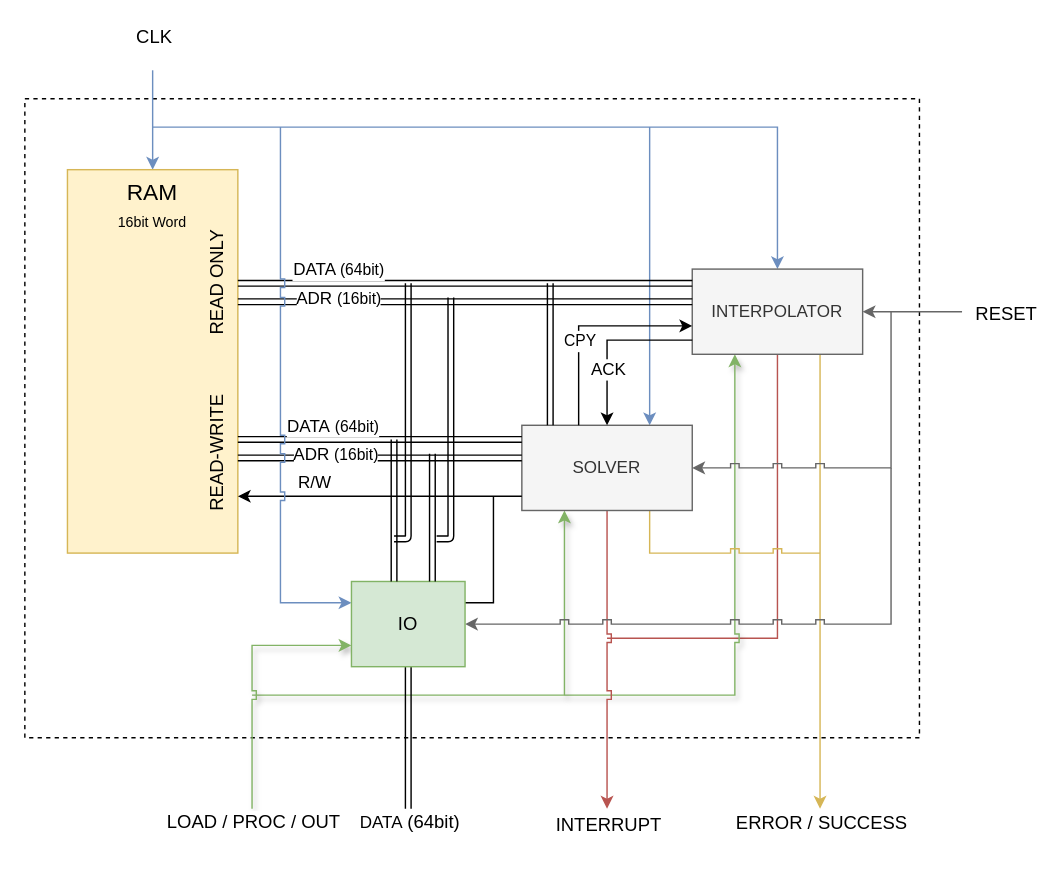
Above: page "with interp cache" (1 of 2) of d0.drawio in mido3ds/ode-solver-chip (draw.io), before the change. Source tidied: cells renumbered, new cells numbered last; positions are measured from the earlier drawing's top-left corner, leaving out a move shared by most shapes. Both pictures are drawn from the tidied source at 142%, with x=0, y=0 at pixel (24, 70).
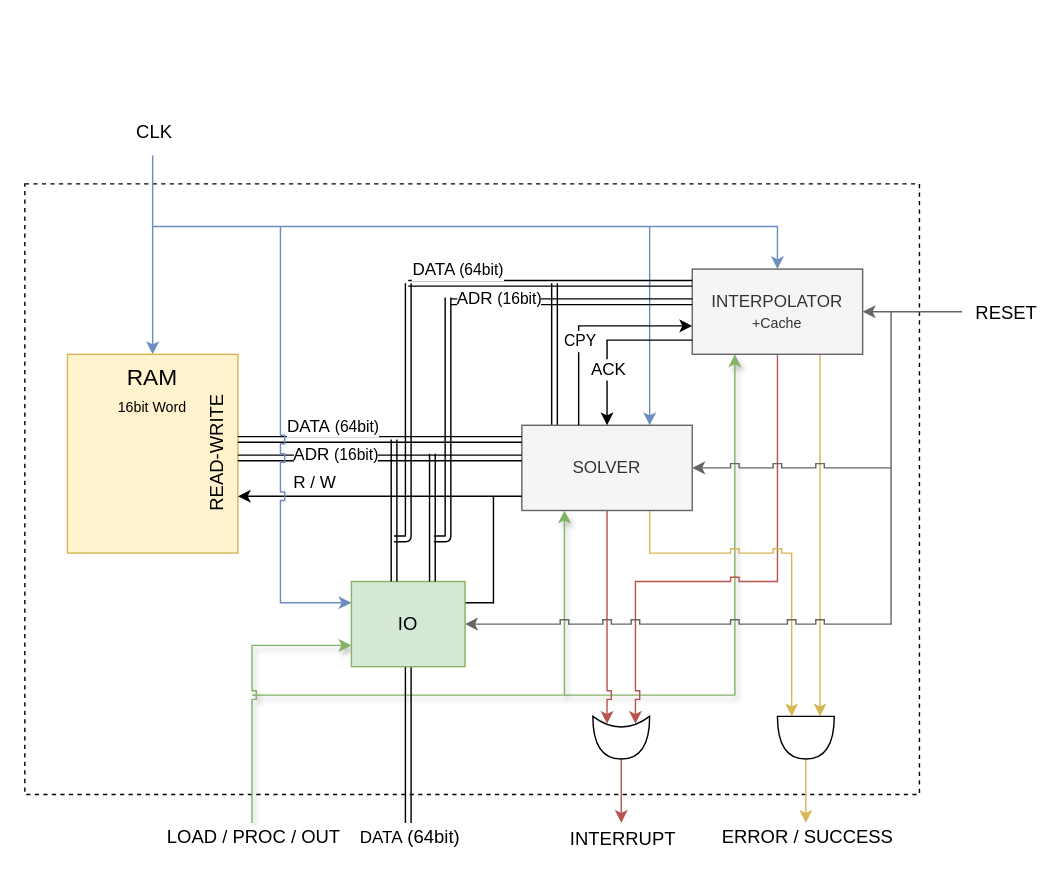
The same page after the edit.

Unchanged cells that the change refers to:
```xml
<mxCell id="20" value="SOLVER" style="rounded=0;whiteSpace=wrap;html=1;fillColor=#f5f5f5;strokeColor=#666666;fontColor=#333333;" parent="1" vertex="1">
  <mxGeometry x="350" y="250" width="120" height="60" as="geometry" />
</mxCell>
<mxCell id="25" style="endArrow=none;html=1;startArrow=classic;startFill=1;" parent="1" edge="1">
  <mxGeometry relative="1" as="geometry">
    <mxPoint x="150" y="300" as="sourcePoint" />
    <mxPoint x="350" y="300" as="targetPoint" />
  </mxGeometry>
</mxCell>
<mxCell id="43" value="IO" style="rounded=0;whiteSpace=wrap;html=1;fontSize=13;fillColor=#d5e8d4;strokeColor=#82b366;" parent="1" vertex="1">
  <mxGeometry x="230" y="360" width="80" height="60" as="geometry" />
</mxCell>
```

Diff of the diagram source:
```diff
@@
     <mxCell id="2" style="rounded=0;whiteSpace=wrap;html=1;dashed=1;fontSize=13;backgroundOutline=1;imageAspect=1;shadow=0;comic=0;fixDash=0;" parent="1" vertex="1">
-      <mxGeometry y="20" width="630" height="450" as="geometry" />
+      <mxGeometry y="80" width="630" height="430" as="geometry" />
     </mxCell>
     <mxCell id="3" style="edgeStyle=none;rounded=0;jumpStyle=sharp;jettySize=auto;html=1;exitX=0.5;exitY=0;exitDx=0;exitDy=0;shadow=0;startArrow=classic;startFill=1;endArrow=none;endFill=0;strokeColor=#6c8ebf;fontSize=13;fillColor=#dae8fc;" parent="1" edge="1" source="5">
       <mxGeometry relative="1" as="geometry">
-        <mxPoint x="90" as="targetPoint" />
+        <mxPoint x="90" y="60" as="targetPoint" />
       </mxGeometry>
     </mxCell>
@@
     <mxCell id="5" value="RAM&lt;br style=&quot;font-size: 12px&quot;&gt;&lt;font size=&quot;1&quot;&gt;16bit Word&lt;/font&gt;" style="rounded=0;whiteSpace=wrap;html=1;verticalAlign=top;fontSize=16;fillColor=#fff2cc;strokeColor=#d6b656;" parent="1" vertex="1">
-      <mxGeometry x="30" y="70" width="120" height="270" as="geometry" />
+      <mxGeometry x="30" y="200" width="120" height="140" as="geometry" />
     </mxCell>
-    <mxCell id="6" style="edgeStyle=none;rounded=0;jumpStyle=sharp;jettySize=auto;html=1;shadow=0;startArrow=none;startFill=0;strokeColor=#b85450;fontSize=13;endArrow=none;endFill=0;fillColor=#f8cecc;" parent="1" edge="1" source="13">
-      <mxGeometry relative="1" as="geometry">
-        <mxPoint x="410" y="400" as="targetPoint" />
-        <Array as="points">
-          <mxPoint x="530" y="400" />
-        </Array>
-      </mxGeometry>
-    </mxCell>
-    <mxCell id="7" style="edgeStyle=none;rounded=0;jumpStyle=sharp;jettySize=auto;html=1;exitX=0.75;exitY=1;exitDx=0;exitDy=0;shadow=0;startArrow=none;startFill=0;endArrow=classic;endFill=1;strokeColor=#d6b656;fontSize=13;fillColor=#fff2cc;" parent="1" edge="1" source="13">
-      <mxGeometry relative="1" as="geometry">
-        <mxPoint x="560" y="520" as="targetPoint" />
-      </mxGeometry>
+    <mxCell id="7" style="edgeStyle=none;rounded=0;jumpStyle=sharp;jettySize=auto;html=1;exitX=0.75;exitY=1;exitDx=0;exitDy=0;shadow=0;startArrow=none;startFill=0;endArrow=classic;endFill=1;strokeColor=#d6b656;fontSize=13;fillColor=#fff2cc;entryX=0;entryY=0.25;entryDx=0;entryDy=0;entryPerimeter=0;" parent="1" edge="1" source="13" target="54">
+      <mxGeometry relative="1" as="geometry" />
     </mxCell>
-    <mxCell id="8" value="ERROR / SUCCESS" style="text;html=1;align=center;verticalAlign=middle;labelBackgroundColor=#ffffff;fontSize=13;" parent="7" vertex="1">
-      <mxGeometry x="0.91" y="1" relative="1" as="geometry">
-        <mxPoint x="-1" y="23" as="offset" />
-      </mxGeometry>
-    </mxCell>
@@
     <mxCell id="12" style="edgeStyle=none;rounded=0;jumpStyle=sharp;jettySize=auto;html=1;exitX=0.5;exitY=0;exitDx=0;exitDy=0;shadow=0;startArrow=classic;startFill=1;endArrow=none;endFill=0;strokeColor=#6c8ebf;fontSize=13;fillColor=#dae8fc;" parent="1" edge="1" source="13">
       <mxGeometry relative="1" as="geometry">
-        <mxPoint x="90" y="40" as="targetPoint" />
+        <mxPoint x="90" y="110" as="targetPoint" />
         <Array as="points">
-          <mxPoint x="530" y="40" />
+          <mxPoint x="530" y="110" />
         </Array>
       </mxGeometry>
     </mxCell>
+    <mxCell id="50" style="edgeStyle=none;rounded=0;comic=0;jumpStyle=sharp;jettySize=auto;html=1;exitX=0.5;exitY=1;exitDx=0;exitDy=0;shadow=0;startArrow=none;startFill=0;endArrow=classic;endFill=1;strokeColor=#b85450;fontSize=13;entryX=0.175;entryY=0.25;entryDx=0;entryDy=0;entryPerimeter=0;fillColor=#f8cecc;" parent="1" edge="1" source="13" target="56">
+      <mxGeometry relative="1" as="geometry">
+        <Array as="points">
+          <mxPoint x="530" y="360" />
+          <mxPoint x="430" y="360" />
+        </Array>
+      </mxGeometry>
+    </mxCell>
-    <mxCell id="13" value="INTERPOLATOR" style="rounded=0;whiteSpace=wrap;html=1;fillColor=#f5f5f5;strokeColor=#666666;fontColor=#333333;" parent="1" vertex="1">
+    <mxCell id="13" value="INTERPOLATOR&lt;br style=&quot;font-size: 9px&quot;&gt;&lt;font size=&quot;1&quot;&gt;+Cache&lt;/font&gt;" style="rounded=0;whiteSpace=wrap;html=1;fillColor=#f5f5f5;strokeColor=#666666;fontColor=#333333;" parent="1" vertex="1">
       <mxGeometry x="470" y="140" width="120" height="60" as="geometry" />
     </mxCell>
-    <mxCell id="14" style="edgeStyle=none;rounded=0;jumpStyle=sharp;jettySize=auto;html=1;shadow=0;startArrow=none;startFill=0;strokeColor=#b85450;fontSize=13;fillColor=#f8cecc;" parent="1" edge="1" source="20">
-      <mxGeometry relative="1" as="geometry">
-        <mxPoint x="410" y="520" as="targetPoint" />
-      </mxGeometry>
-    </mxCell>
-    <mxCell id="15" value="INTERRUPT" style="text;html=1;align=center;verticalAlign=middle;labelBackgroundColor=#ffffff;fontSize=13;" parent="14" vertex="1">
-      <mxGeometry x="-0.23" y="-3" relative="1" as="geometry">
-        <mxPoint x="3" y="139" as="offset" />
-      </mxGeometry>
-    </mxCell>
-    <mxCell id="16" style="edgeStyle=none;rounded=0;jumpStyle=sharp;jettySize=auto;html=1;exitX=0.75;exitY=1;exitDx=0;exitDy=0;shadow=0;startArrow=none;startFill=0;endArrow=none;endFill=0;strokeColor=#d6b656;fontSize=13;fillColor=#fff2cc;" parent="1" edge="1" source="20">
+    <mxCell id="16" style="edgeStyle=none;rounded=0;jumpStyle=sharp;jettySize=auto;html=1;exitX=0.75;exitY=1;exitDx=0;exitDy=0;shadow=0;startArrow=none;startFill=0;endArrow=classic;endFill=1;strokeColor=#d6b656;fontSize=13;fillColor=#fff2cc;entryX=0;entryY=0.75;entryDx=0;entryDy=0;entryPerimeter=0;" parent="1" edge="1" source="20" target="54">
       <mxGeometry relative="1" as="geometry">
-        <mxPoint x="560" y="340" as="targetPoint" />
         <Array as="points">
           <mxPoint x="440" y="340" />
+          <mxPoint x="540" y="340" />
         </Array>
       </mxGeometry>
     </mxCell>
@@
     <mxCell id="19" style="edgeStyle=none;rounded=0;jumpStyle=sharp;jettySize=auto;html=1;exitX=0.75;exitY=0;exitDx=0;exitDy=0;shadow=0;startArrow=classic;startFill=1;endArrow=none;endFill=0;strokeColor=#6c8ebf;fontSize=13;fillColor=#dae8fc;" parent="1" edge="1" source="20">
       <mxGeometry relative="1" as="geometry">
-        <mxPoint x="440" y="40" as="targetPoint" />
+        <mxPoint x="440" y="110" as="targetPoint" />
       </mxGeometry>
     </mxCell>
+    <mxCell id="51" style="edgeStyle=none;rounded=0;comic=0;jumpStyle=sharp;jettySize=auto;html=1;exitX=0.5;exitY=1;exitDx=0;exitDy=0;entryX=0.175;entryY=0.75;entryDx=0;entryDy=0;entryPerimeter=0;shadow=0;startArrow=none;startFill=0;endArrow=classic;endFill=1;strokeColor=#b85450;fontSize=13;fillColor=#f8cecc;" parent="1" edge="1" source="20" target="56">
+      <mxGeometry relative="1" as="geometry" />
+    </mxCell>
+    <mxCell id="52" style="edgeStyle=none;rounded=0;comic=0;jumpStyle=sharp;orthogonalLoop=1;jettySize=auto;html=1;exitX=0.25;exitY=0;exitDx=0;exitDy=0;shadow=0;startArrow=none;startFill=0;endArrow=classic;endFill=1;strokeColor=#000000;fontSize=13;shape=link;" parent="1" edge="1">
+      <mxGeometry relative="1" as="geometry">
+        <mxPoint x="373" y="250" as="sourcePoint" />
+        <mxPoint x="373" y="150" as="targetPoint" />
+      </mxGeometry>
+    </mxCell>
@@
-    <mxCell id="26" value="R/W" style="text;html=1;align=center;verticalAlign=middle;labelBackgroundColor=#ffffff;" parent="25" vertex="1">
+    <mxCell id="26" value="R / W" style="text;html=1;align=center;verticalAlign=middle;labelBackgroundColor=#ffffff;" parent="25" vertex="1">
       <mxGeometry x="-0.63" y="4" relative="1" as="geometry">
         <mxPoint x="16.5" y="-6" as="offset" />
       </mxGeometry>
     </mxCell>
     <mxCell id="27" style="shape=link;html=1;" parent="1" edge="1">
       <mxGeometry relative="1" as="geometry">
-        <mxPoint x="150" y="150" as="sourcePoint" />
+        <mxPoint x="270" y="150" as="sourcePoint" />
         <mxPoint x="470" y="150" as="targetPoint" />
       </mxGeometry>
     </mxCell>
@@
-    <mxCell id="29" style="shape=link;html=1;" parent="1" edge="1">
-      <mxGeometry relative="1" as="geometry">
-        <mxPoint x="150" y="163" as="sourcePoint" />
-        <mxPoint x="470" y="163" as="targetPoint" />
-      </mxGeometry>
-    </mxCell>
-    <mxCell id="30" value="ADR&amp;nbsp;&lt;font style=&quot;font-size: 11px&quot;&gt;(16bit)&lt;/font&gt;" style="text;html=1;align=center;verticalAlign=middle;labelBackgroundColor=#ffffff;" parent="29" vertex="1">
-      <mxGeometry x="-0.2" y="-1" relative="1" as="geometry">
-        <mxPoint x="-58" y="-4" as="offset" />
-      </mxGeometry>
-    </mxCell>
-    <mxCell id="31" style="shape=link;html=1;" parent="1" edge="1">
-      <mxGeometry relative="1" as="geometry">
-        <mxPoint x="370" y="250" as="sourcePoint" />
-        <mxPoint x="370" y="150" as="targetPoint" />
-      </mxGeometry>
-    </mxCell>
@@
     <mxCell id="36" style="edgeStyle=none;rounded=0;jumpStyle=sharp;jettySize=auto;html=1;shadow=0;startArrow=none;startFill=0;endArrow=none;endFill=0;strokeColor=#000000;fontSize=13;shape=link;" parent="1" edge="1" source="43">
       <mxGeometry relative="1" as="geometry">
-        <mxPoint x="270" y="520" as="targetPoint" />
+        <mxPoint x="270" y="530" as="targetPoint" />
       </mxGeometry>
     </mxCell>
     <mxCell id="37" value="&lt;span style=&quot;font-size: 12px&quot;&gt;DATA&amp;nbsp;&lt;/span&gt;(64bit)" style="text;html=1;align=center;verticalAlign=middle;labelBackgroundColor=#ffffff;fontSize=13;" parent="36" vertex="1">
       <mxGeometry x="0.75" y="3" relative="1" as="geometry">
-        <mxPoint x="-3" y="20" as="offset" />
+        <mxPoint x="-3" y="23.5" as="offset" />
       </mxGeometry>
     </mxCell>
@@
     <mxCell id="39" style="edgeStyle=none;rounded=0;jumpStyle=sharp;jettySize=auto;html=1;exitX=0;exitY=0.75;exitDx=0;exitDy=0;shadow=1;startArrow=classic;startFill=1;endArrow=none;endFill=0;strokeColor=#82b366;fontSize=13;fillColor=#d5e8d4;" parent="1" edge="1" source="43">
       <mxGeometry relative="1" as="geometry">
-        <mxPoint x="160" y="520" as="targetPoint" />
+        <mxPoint x="160" y="530" as="targetPoint" />
         <Array as="points">
           <mxPoint x="160" y="405" />
         </Array>
       </mxGeometry>
     </mxCell>
     <mxCell id="40" value="LOAD / PROC / OUT" style="text;html=1;align=center;verticalAlign=middle;labelBackgroundColor=#ffffff;fontSize=13;" parent="39" vertex="1">
       <mxGeometry x="0.83" y="1" relative="1" as="geometry">
-        <mxPoint x="-1" y="24" as="offset" />
+        <mxPoint x="-1" y="26.5" as="offset" />
       </mxGeometry>
     </mxCell>
@@
     <mxCell id="42" style="edgeStyle=none;rounded=0;jumpStyle=sharp;jettySize=auto;html=1;exitX=0;exitY=0.25;exitDx=0;exitDy=0;shadow=0;startArrow=classic;startFill=1;endArrow=none;endFill=0;strokeColor=#6c8ebf;fontSize=13;fillColor=#dae8fc;" parent="1" edge="1" source="43">
       <mxGeometry relative="1" as="geometry">
-        <mxPoint x="180" y="40" as="targetPoint" />
+        <mxPoint x="180" y="110" as="targetPoint" />
         <Array as="points">
           <mxPoint x="180" y="375" />
         </Array>
       </mxGeometry>
     </mxCell>
@@
-    <mxCell id="46" value="READ ONLY" style="text;html=1;align=center;verticalAlign=middle;fontSize=13;direction=east;flipH=0;flipV=0;horizontal=0;" parent="1" vertex="1">
-      <mxGeometry x="90" y="140" width="90" height="20" as="geometry" />
-    </mxCell>
@@
     <mxCell id="49" style="shape=link;html=1;shadow=0;comic=0;snapToPoint=0;fixDash=0;" parent="1" edge="1">
       <mxGeometry relative="1" as="geometry">
-        <mxPoint x="300" y="160" as="sourcePoint" />
-        <mxPoint x="290" y="330" as="targetPoint" />
+        <mxPoint x="298" y="160" as="sourcePoint" />
+        <mxPoint x="288" y="330" as="targetPoint" />
         <Array as="points">
-          <mxPoint x="300" y="330" />
+          <mxPoint x="298" y="330" />
         </Array>
       </mxGeometry>
     </mxCell>
+    <mxCell id="29" style="shape=link;html=1;" parent="1" edge="1">
+      <mxGeometry relative="1" as="geometry">
+        <mxPoint x="300" y="163" as="sourcePoint" />
+        <mxPoint x="470" y="163" as="targetPoint" />
+      </mxGeometry>
+    </mxCell>
+    <mxCell id="30" value="ADR&amp;nbsp;&lt;font style=&quot;font-size: 11px&quot;&gt;(16bit)&lt;/font&gt;" style="text;html=1;align=center;verticalAlign=middle;labelBackgroundColor=#ffffff;" parent="29" vertex="1">
+      <mxGeometry x="-0.2" y="-1" relative="1" as="geometry">
+        <mxPoint x="-35" y="-4" as="offset" />
+      </mxGeometry>
+    </mxCell>
+    <mxCell id="53" style="edgeStyle=none;rounded=0;comic=0;jumpStyle=sharp;jettySize=auto;html=1;shadow=0;startArrow=none;startFill=0;endArrow=classic;endFill=1;strokeColor=#d6b656;fontSize=13;fillColor=#fff2cc;" parent="1" edge="1" source="54">
+      <mxGeometry relative="1" as="geometry">
+        <mxPoint x="550" y="530" as="targetPoint" />
+      </mxGeometry>
+    </mxCell>
+    <mxCell id="8" value="ERROR / SUCCESS" style="text;html=1;align=center;verticalAlign=middle;labelBackgroundColor=#ffffff;fontSize=13;" parent="53" vertex="1">
+      <mxGeometry x="-0.58" y="3" relative="1" as="geometry">
+        <mxPoint x="-3" y="45.5" as="offset" />
+      </mxGeometry>
+    </mxCell>
+    <mxCell id="54" style="shape=or;whiteSpace=wrap;html=1;rounded=0;shadow=0;fontSize=13;flipH=0;flipV=0;direction=south;" parent="1" vertex="1">
+      <mxGeometry x="530" y="455" width="40" height="30" as="geometry" />
+    </mxCell>
+    <mxCell id="55" style="edgeStyle=none;rounded=0;comic=0;jumpStyle=sharp;jettySize=auto;html=1;shadow=0;startArrow=none;startFill=0;endArrow=classic;endFill=1;strokeColor=#b85450;fontSize=13;fillColor=#f8cecc;" parent="1" edge="1" source="56">
+      <mxGeometry relative="1" as="geometry">
+        <mxPoint x="420" y="530" as="targetPoint" />
+      </mxGeometry>
+    </mxCell>
+    <mxCell id="15" value="INTERRUPT" style="text;html=1;align=center;verticalAlign=middle;labelBackgroundColor=#ffffff;fontSize=13;" parent="55" vertex="1">
+      <mxGeometry x="0.32" y="-1" relative="1" as="geometry">
+        <mxPoint x="1" y="25.5" as="offset" />
+      </mxGeometry>
+    </mxCell>
+    <mxCell id="56" style="shape=xor;whiteSpace=wrap;html=1;direction=south;" parent="1" vertex="1">
+      <mxGeometry x="400" y="455" width="40" height="30" as="geometry" />
+    </mxCell>
```
